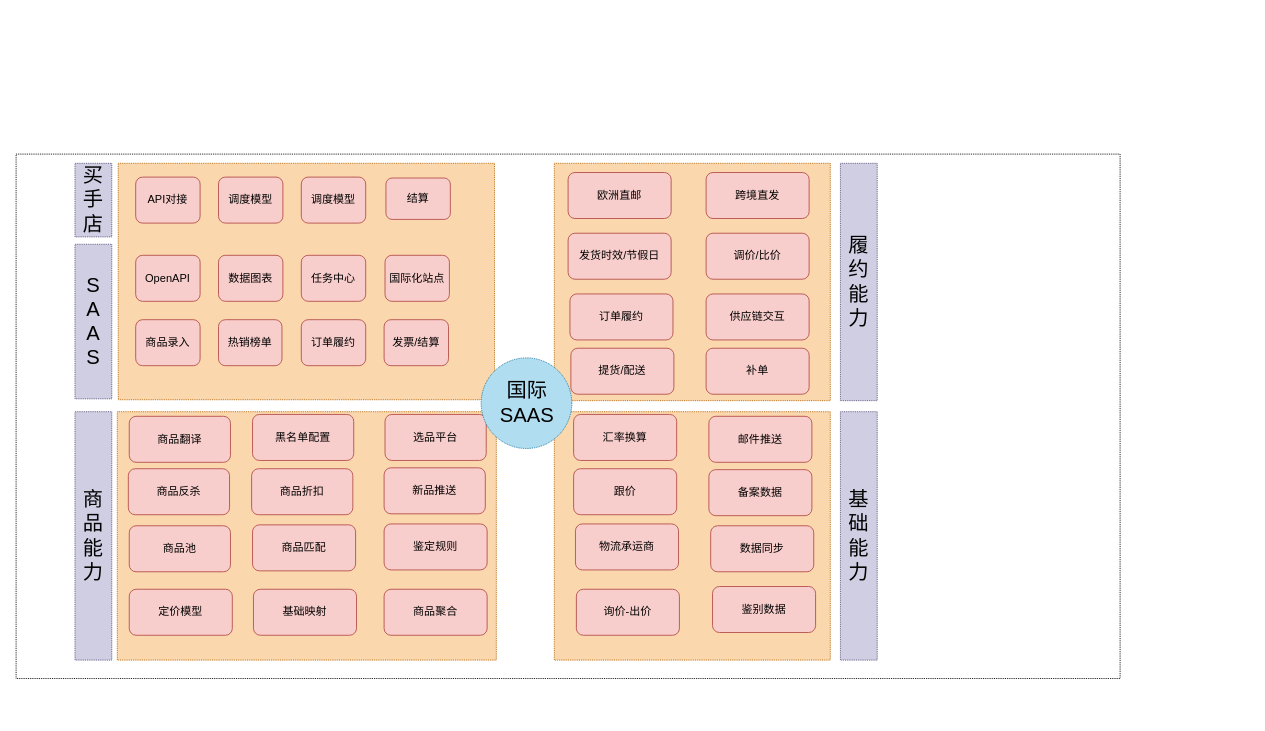
herrykings/iBooks keeps this draw.io diagram as page "第 1 页" (1 of 3) of 未命名绘图.drawio. Above is the earlier version. Source tidied: cells renumbered, new cells numbered last; positions are measured from the earlier drawing's top-left corner, leaving out a move shared by most shapes. Both pictures are drawn from the tidied source at 92%, with x=0, y=0 at pixel (16, 154).
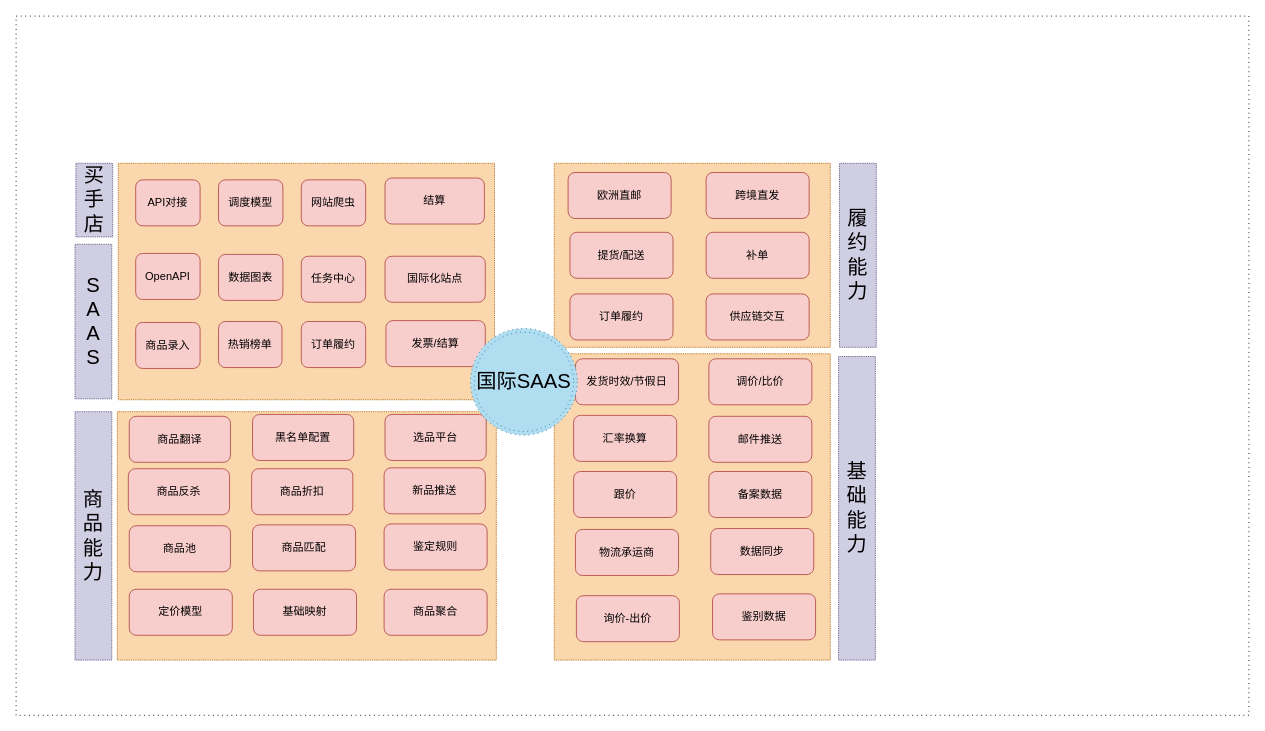
The same page after the edit.

Change to the diagram source:
```diff
@@
-    <mxCell id="2" style="rounded=0;whiteSpace=wrap;html=1;dashed=1;dashPattern=1 1;" parent="1" vertex="1">
-      <mxGeometry width="1200" height="570" as="geometry" />
+    <mxCell id="2" style="rounded=0;whiteSpace=wrap;html=1;dashed=1;dashPattern=1 4;" parent="1" vertex="1">
+      <mxGeometry y="-150" width="1340" height="760" as="geometry" />
     </mxCell>
@@
     <mxCell id="5" style="rounded=0;whiteSpace=wrap;html=1;fillColor=#fad7ac;strokeColor=#b46504;dashed=1;dashPattern=1 1;" parent="1" vertex="1">
-      <mxGeometry x="585" y="280" width="300" height="270" as="geometry" />
+      <mxGeometry x="585" y="217" width="300" height="333" as="geometry" />
     </mxCell>
     <mxCell id="6" value="物流承运商" style="rounded=1;whiteSpace=wrap;html=1;fillColor=#f8cecc;strokeColor=#b85450;" parent="1" vertex="1">
-      <mxGeometry x="608" y="402" width="112" height="50" as="geometry" />
+      <mxGeometry x="608" y="408" width="112" height="50" as="geometry" />
     </mxCell>
     <mxCell id="7" value="结算" style="rounded=1;whiteSpace=wrap;html=1;fillColor=#f8cecc;strokeColor=#b85450;" parent="1" vertex="1">
-      <mxGeometry x="402" y="26" width="70" height="45" as="geometry" />
+      <mxGeometry x="401" y="26" width="108" height="50" as="geometry" />
     </mxCell>
@@
     <mxCell id="10" value="询价-出价" style="rounded=1;whiteSpace=wrap;html=1;fillColor=#f8cecc;strokeColor=#b85450;" parent="1" vertex="1">
-      <mxGeometry x="609" y="473" width="112" height="50" as="geometry" />
+      <mxGeometry x="609" y="480" width="112" height="50" as="geometry" />
     </mxCell>
     <mxCell id="11" value="鉴别数据" style="rounded=1;whiteSpace=wrap;html=1;fillColor=#f8cecc;strokeColor=#b85450;" parent="1" vertex="1">
-      <mxGeometry x="757" y="470" width="112" height="50" as="geometry" />
+      <mxGeometry x="757" y="478" width="112" height="50" as="geometry" />
     </mxCell>
     <mxCell id="12" value="备案数据" style="rounded=1;whiteSpace=wrap;html=1;fillColor=#f8cecc;strokeColor=#b85450;" parent="1" vertex="1">
-      <mxGeometry x="753" y="343" width="112" height="50" as="geometry" />
+      <mxGeometry x="753" y="345" width="112" height="50" as="geometry" />
     </mxCell>
     <mxCell id="13" value="跟价" style="rounded=1;whiteSpace=wrap;html=1;fillColor=#f8cecc;strokeColor=#b85450;" parent="1" vertex="1">
-      <mxGeometry x="606" y="342" width="112" height="50" as="geometry" />
+      <mxGeometry x="606" y="345" width="112" height="50" as="geometry" />
     </mxCell>
@@
     <mxCell id="21" style="rounded=0;whiteSpace=wrap;html=1;fillColor=#fad7ac;strokeColor=#b46504;dashed=1;dashPattern=1 1;" parent="1" vertex="1">
-      <mxGeometry x="585" y="10" width="300" height="258" as="geometry" />
+      <mxGeometry x="585" y="10" width="300" height="200" as="geometry" />
     </mxCell>
     <mxCell id="22" value="基础能力" style="text;html=1;strokeColor=#56517e;fillColor=#d0cee2;align=center;verticalAlign=middle;whiteSpace=wrap;rounded=0;dashed=1;dashPattern=1 1;fontSize=22;" parent="1" vertex="1">
-      <mxGeometry x="896" y="280" width="40" height="270" as="geometry" />
+      <mxGeometry x="894" y="220" width="40" height="330" as="geometry" />
     </mxCell>
@@
     <mxCell id="24" value="买手店&lt;br&gt;" style="text;html=1;strokeColor=#56517e;fillColor=#d0cee2;align=center;verticalAlign=middle;whiteSpace=wrap;rounded=0;dashed=1;dashPattern=1 1;fontSize=22;" parent="1" vertex="1">
-      <mxGeometry x="64" y="10" width="40" height="80" as="geometry" />
+      <mxGeometry x="65" y="10" width="40" height="80" as="geometry" />
     </mxCell>
     <mxCell id="25" value="API对接" style="rounded=1;whiteSpace=wrap;html=1;fillColor=#f8cecc;strokeColor=#b85450;" parent="1" vertex="1">
-      <mxGeometry x="130" y="25" width="70" height="50" as="geometry" />
+      <mxGeometry x="130" y="28" width="70" height="50" as="geometry" />
     </mxCell>
     <mxCell id="26" value="履约能力" style="text;html=1;strokeColor=#56517e;fillColor=#d0cee2;align=center;verticalAlign=middle;whiteSpace=wrap;rounded=0;dashed=1;dashPattern=1 1;fontSize=22;" parent="1" vertex="1">
-      <mxGeometry x="896" y="10" width="40" height="258" as="geometry" />
+      <mxGeometry x="895" y="10" width="40" height="200" as="geometry" />
     </mxCell>
     <mxCell id="27" value="发货时效/节假日" style="rounded=1;whiteSpace=wrap;html=1;fillColor=#f8cecc;strokeColor=#b85450;" parent="1" vertex="1">
-      <mxGeometry x="600" y="86" width="112" height="50" as="geometry" />
+      <mxGeometry x="608" y="222.5" width="112" height="50" as="geometry" />
     </mxCell>
@@
     <mxCell id="29" value="提货/配送" style="rounded=1;whiteSpace=wrap;html=1;fillColor=#f8cecc;strokeColor=#b85450;" parent="1" vertex="1">
-      <mxGeometry x="603" y="211" width="112" height="50" as="geometry" />
+      <mxGeometry x="602" y="85" width="112" height="50" as="geometry" />
     </mxCell>
@@
     <mxCell id="33" value="商品录入" style="rounded=1;whiteSpace=wrap;html=1;fillColor=#f8cecc;strokeColor=#b85450;" parent="1" vertex="1">
-      <mxGeometry x="130" y="180" width="70" height="50" as="geometry" />
+      <mxGeometry x="130" y="183" width="70" height="50" as="geometry" />
     </mxCell>
     <mxCell id="34" value="热销榜单" style="rounded=1;whiteSpace=wrap;html=1;fillColor=#f8cecc;strokeColor=#b85450;" parent="1" vertex="1">
-      <mxGeometry x="220" y="180" width="69" height="50" as="geometry" />
+      <mxGeometry x="220" y="182" width="69" height="50" as="geometry" />
     </mxCell>
     <mxCell id="35" value="订单履约" style="rounded=1;whiteSpace=wrap;html=1;fillColor=#f8cecc;strokeColor=#b85450;" parent="1" vertex="1">
-      <mxGeometry x="310" y="180" width="70" height="50" as="geometry" />
+      <mxGeometry x="310" y="182" width="70" height="50" as="geometry" />
     </mxCell>
     <mxCell id="36" value="OpenAPI" style="rounded=1;whiteSpace=wrap;html=1;fillColor=#f8cecc;strokeColor=#b85450;" parent="1" vertex="1">
-      <mxGeometry x="130" y="110" width="70" height="50" as="geometry" />
+      <mxGeometry x="130" y="108" width="70" height="50" as="geometry" />
     </mxCell>
     <mxCell id="37" value="补单" style="rounded=1;whiteSpace=wrap;html=1;fillColor=#f8cecc;strokeColor=#b85450;" parent="1" vertex="1">
-      <mxGeometry x="750" y="211" width="112" height="50" as="geometry" />
+      <mxGeometry x="750" y="85" width="112" height="50" as="geometry" />
     </mxCell>
     <mxCell id="38" value="发票/结算" style="rounded=1;whiteSpace=wrap;html=1;fillColor=#f8cecc;strokeColor=#b85450;" parent="1" vertex="1">
-      <mxGeometry x="400" y="180" width="70" height="50" as="geometry" />
+      <mxGeometry x="402" y="181" width="108" height="50" as="geometry" />
     </mxCell>
     <mxCell id="39" value="数据图表" style="rounded=1;whiteSpace=wrap;html=1;fillColor=#f8cecc;strokeColor=#b85450;" parent="1" vertex="1">
-      <mxGeometry x="220" y="110" width="70" height="50" as="geometry" />
+      <mxGeometry x="220" y="109" width="70" height="50" as="geometry" />
     </mxCell>
     <mxCell id="40" value="任务中心" style="rounded=1;whiteSpace=wrap;html=1;fillColor=#f8cecc;strokeColor=#b85450;" parent="1" vertex="1">
-      <mxGeometry x="310" y="110" width="70" height="50" as="geometry" />
+      <mxGeometry x="310" y="111" width="70" height="50" as="geometry" />
     </mxCell>
@@
     <mxCell id="42" value="调价/比价" style="rounded=1;whiteSpace=wrap;html=1;fillColor=#f8cecc;strokeColor=#b85450;" parent="1" vertex="1">
-      <mxGeometry x="750" y="86" width="112" height="50" as="geometry" />
+      <mxGeometry x="753" y="222.5" width="112" height="50" as="geometry" />
     </mxCell>
     <mxCell id="43" value="调度模型" style="rounded=1;whiteSpace=wrap;html=1;fillColor=#f8cecc;strokeColor=#b85450;" parent="1" vertex="1">
-      <mxGeometry x="220" y="25" width="70" height="50" as="geometry" />
+      <mxGeometry x="220" y="28" width="70" height="50" as="geometry" />
     </mxCell>
-    <mxCell id="44" value="调度模型" style="rounded=1;whiteSpace=wrap;html=1;fillColor=#f8cecc;strokeColor=#b85450;" parent="1" vertex="1">
-      <mxGeometry x="310" y="25" width="70" height="50" as="geometry" />
+    <mxCell id="44" value="网站爬虫" style="rounded=1;whiteSpace=wrap;html=1;fillColor=#f8cecc;strokeColor=#b85450;" parent="1" vertex="1">
+      <mxGeometry x="310" y="28" width="70" height="50" as="geometry" />
     </mxCell>
     <mxCell id="45" value="数据同步" style="rounded=1;whiteSpace=wrap;html=1;fillColor=#f8cecc;strokeColor=#b85450;" parent="1" vertex="1">
-      <mxGeometry x="755" y="404" width="112" height="50" as="geometry" />
+      <mxGeometry x="755" y="407" width="112" height="50" as="geometry" />
     </mxCell>
     <mxCell id="46" value="汇率换算" style="rounded=1;whiteSpace=wrap;html=1;fillColor=#f8cecc;strokeColor=#b85450;" parent="1" vertex="1">
-      <mxGeometry x="606" y="283" width="112" height="50" as="geometry" />
+      <mxGeometry x="606" y="284" width="112" height="50" as="geometry" />
     </mxCell>
@@
     <mxCell id="49" value="国际化站点" style="rounded=1;whiteSpace=wrap;html=1;fillColor=#f8cecc;strokeColor=#b85450;" parent="1" vertex="1">
-      <mxGeometry x="401" y="110" width="70" height="50" as="geometry" />
+      <mxGeometry x="401" y="111" width="109" height="50" as="geometry" />
     </mxCell>
@@
-    <mxCell id="52" value="国际SAAS" style="ellipse;whiteSpace=wrap;html=1;dashed=1;dashPattern=1 1;fontSize=22;fillColor=#b1ddf0;strokeColor=#10739e;" parent="1" vertex="1">
-      <mxGeometry x="505.5" y="221.5" width="98.5" height="98.5" as="geometry" />
+    <mxCell id="52" value="国际SAAS" style="ellipse;shape=doubleEllipse;whiteSpace=wrap;html=1;dashed=1;dashPattern=1 4;fontSize=22;fillColor=#b1ddf0;strokeColor=#10739e;" parent="1" vertex="1">
+      <mxGeometry x="494" y="189.5" width="116" height="116" as="geometry" />
     </mxCell>
```
